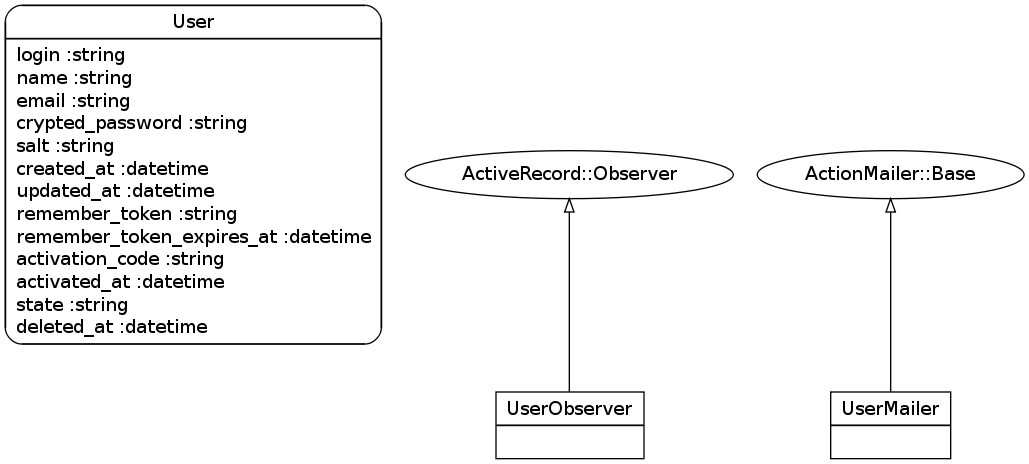
This is doc/full_models.png from AnthonyDiGirolamo/dms, a Graphviz export, as it was before one commit. Its source is kept beside it as doc/full_models.dot. Source of this version:
```dot
digraph models_diagram {
	graph[overlap=false, splines=true]
	"User" [shape=Mrecord, label="{User|login :string\lname :string\lemail :string\lcrypted_password :string\lsalt :string\lcreated_at :datetime\lupdated_at :datetime\lremember_token :string\lremember_token_expires_at :datetime\lactivation_code :string\lactivated_at :datetime\lstate :string\ldeleted_at :datetime\l}"]
	"UserObserver" [shape=record, label="{UserObserver|}"]
	"UserMailer" [shape=record, label="{UserMailer|}"]
	"ActiveRecord::Observer" -> "UserObserver" [label="", arrowhead="none", arrowtail="onormal"]
	"ActionMailer::Base" -> "UserMailer" [label="", arrowhead="none", arrowtail="onormal"]
}
```
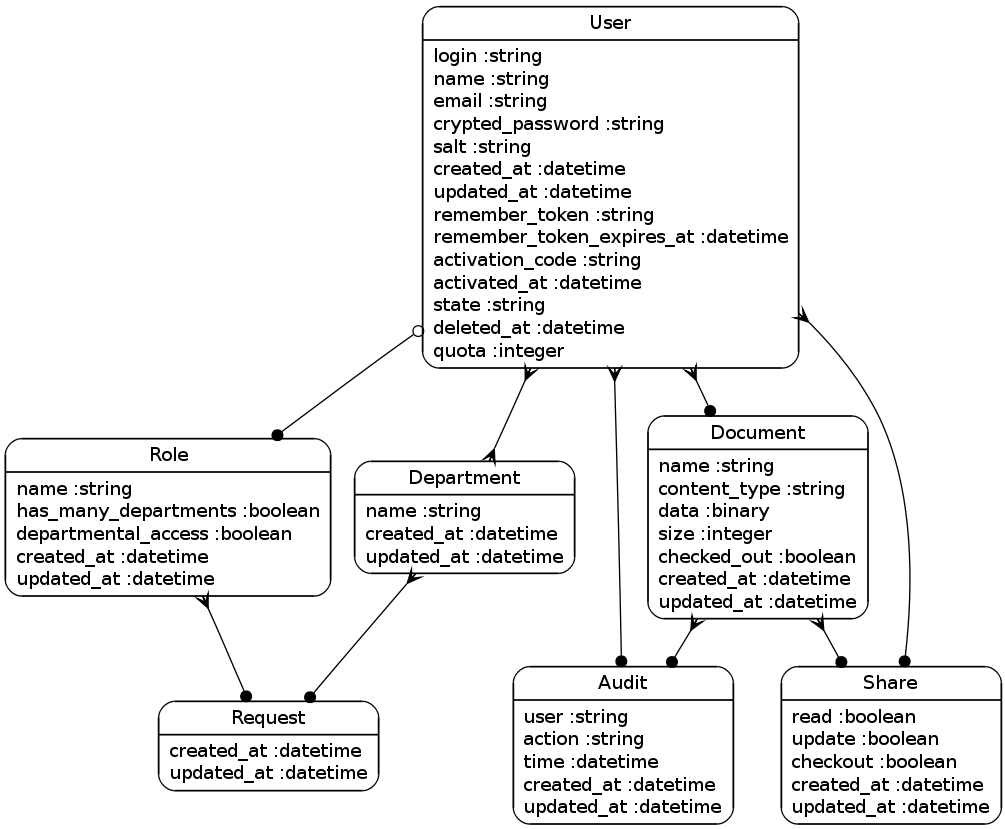
Above is the later version.

Diff of the diagram source:
```diff
@@ -1,8 +1,19 @@
 digraph models_diagram {
 	graph[overlap=false, splines=true]
-	"User" [shape=Mrecord, label="{User|login :string\lname :string\lemail :string\lcrypted_password :string\lsalt :string\lcreated_at :datetime\lupdated_at :datetime\lremember_token :string\lremember_token_expires_at :datetime\lactivation_code :string\lactivated_at :datetime\lstate :string\ldeleted_at :datetime\l}"]
-	"UserObserver" [shape=record, label="{UserObserver|}"]
-	"UserMailer" [shape=record, label="{UserMailer|}"]
-	"ActiveRecord::Observer" -> "UserObserver" [label="", arrowhead="none", arrowtail="onormal"]
-	"ActionMailer::Base" -> "UserMailer" [label="", arrowhead="none", arrowtail="onormal"]
+	"Role" [shape=Mrecord, label="{Role|name :string\lhas_many_departments :boolean\ldepartmental_access :boolean\lcreated_at :datetime\lupdated_at :datetime\l}"]
+	"Audit" [shape=Mrecord, label="{Audit|user :string\laction :string\ltime :datetime\lcreated_at :datetime\lupdated_at :datetime\l}"]
+	"Request" [shape=Mrecord, label="{Request|created_at :datetime\lupdated_at :datetime\l}"]
+	"User" [shape=Mrecord, label="{User|login :string\lname :string\lemail :string\lcrypted_password :string\lsalt :string\lcreated_at :datetime\lupdated_at :datetime\lremember_token :string\lremember_token_expires_at :datetime\lactivation_code :string\lactivated_at :datetime\lstate :string\ldeleted_at :datetime\lquota :integer\l}"]
+	"Department" [shape=Mrecord, label="{Department|name :string\lcreated_at :datetime\lupdated_at :datetime\l}"]
+	"Share" [shape=Mrecord, label="{Share|read :boolean\lupdate :boolean\lcheckout :boolean\lcreated_at :datetime\lupdated_at :datetime\l}"]
+	"Document" [shape=Mrecord, label="{Document|name :string\lcontent_type :string\ldata :binary\lsize :integer\lchecked_out :boolean\lcreated_at :datetime\lupdated_at :datetime\l}"]
+	"Role" -> "Request" [arrowtail=crow, arrowhead=dot, dir=both]
+	"User" -> "Audit" [arrowtail=crow, arrowhead=dot, dir=both]
+	"User" -> "Share" [arrowtail=crow, arrowhead=dot, dir=both]
+	"User" -> "Department" [arrowtail=crow, arrowhead=crow, dir=both]
+	"User" -> "Document" [arrowtail=crow, arrowhead=dot, dir=both]
+	"User" -> "Role" [arrowtail=odot, arrowhead=dot, dir=both]
+	"Department" -> "Request" [arrowtail=crow, arrowhead=dot, dir=both]
+	"Document" -> "Audit" [arrowtail=crow, arrowhead=dot, dir=both]
+	"Document" -> "Share" [arrowtail=crow, arrowhead=dot, dir=both]
 }
```
